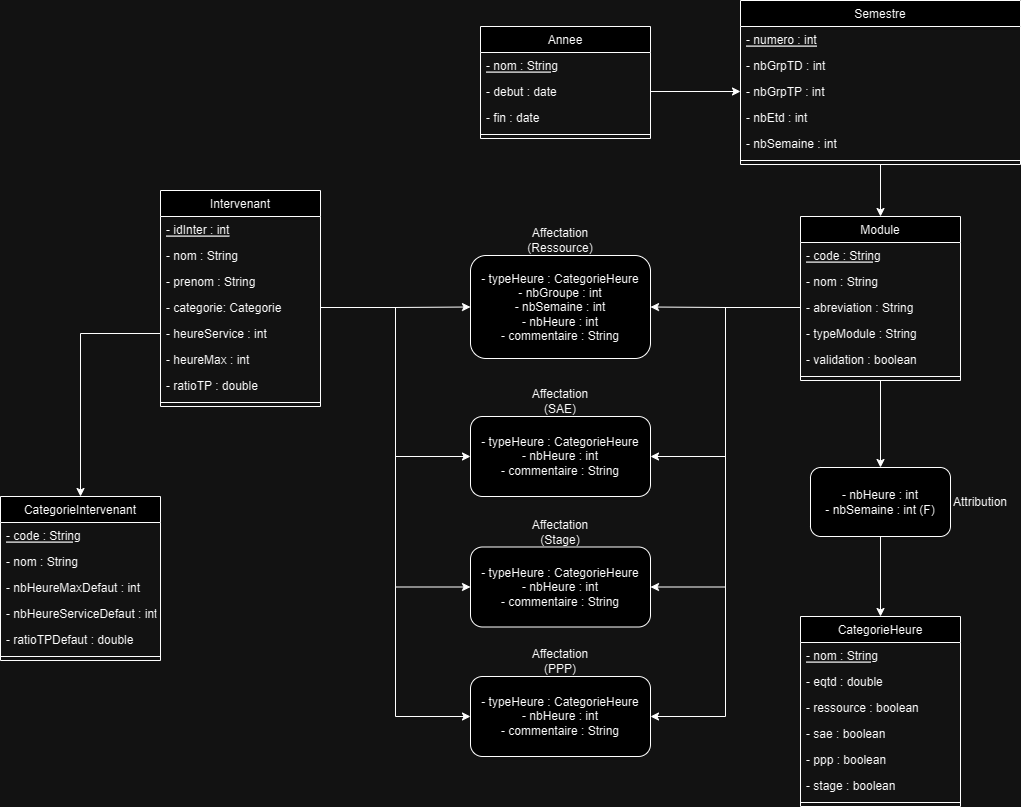
Earlier version of the draw.io export src/main/resources/Diagramme.png (El-Pine/Astre). Source tidied: cells renumbered, new cells last; positions are measured from the earlier drawing's top-left corner, leaving out a move shared by most shapes.
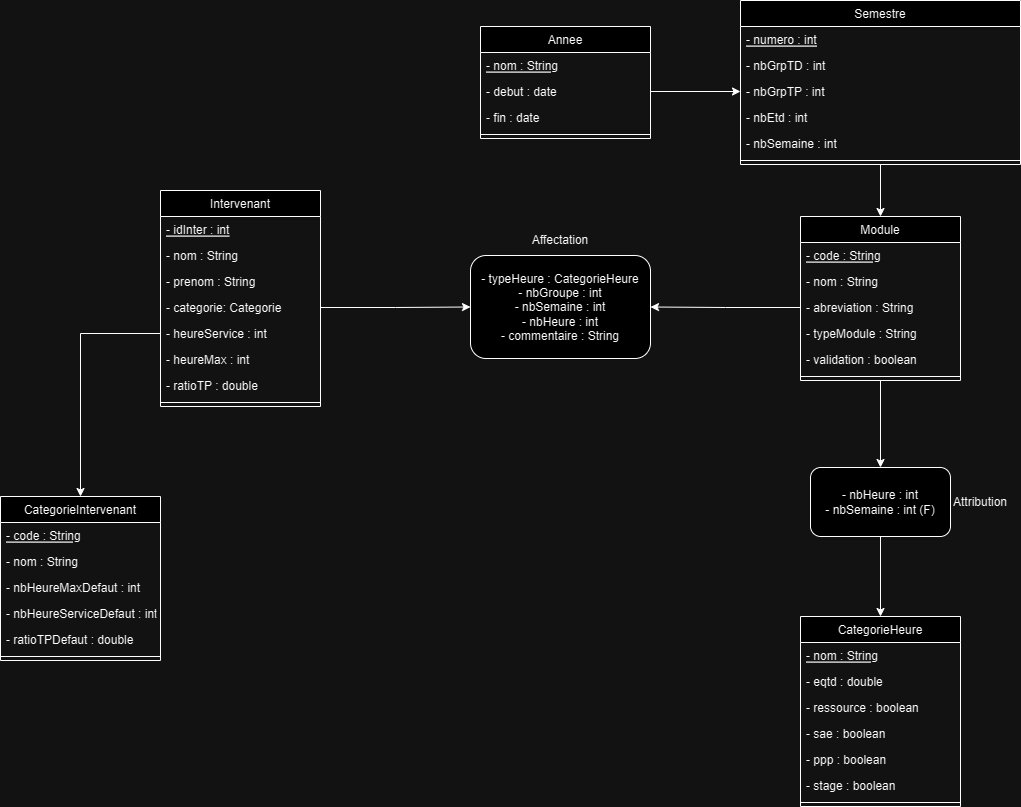
After the change.

Commit message:
Mise à jour du diagramme

The edit, as a diff of the source:
```diff
@@ -149,7 +149,7 @@
     <mxCell id="50" style="edgeStyle=orthogonalEdgeStyle;rounded=0;jettySize=auto;html=1;exitX=1;exitY=0.5;exitDx=0;exitDy=0;entryX=0;entryY=0.5;entryDx=0;entryDy=0;" parent="1" edge="1" source="47" target="30">
       <mxGeometry relative="1" as="geometry" />
     </mxCell>
-    <mxCell id="51" value="Affectation (Ressource)" style="text;html=1;strokeColor=none;fillColor=none;align=center;verticalAlign=middle;whiteSpace=wrap;rounded=0;" parent="1" vertex="1">
+    <mxCell id="51" value="Affectation" style="text;html=1;strokeColor=none;fillColor=none;align=center;verticalAlign=middle;whiteSpace=wrap;rounded=0;" parent="1" vertex="1">
       <mxGeometry x="530" y="225" width="60" height="30" as="geometry" />
     </mxCell>
     <mxCell id="52" style="edgeStyle=orthogonalEdgeStyle;rounded=0;jettySize=auto;html=1;exitX=0.5;exitY=1;exitDx=0;exitDy=0;entryX=0.5;entryY=0;entryDx=0;entryDy=0;" parent="1" edge="1" source="53" target="35">
@@ -167,41 +167,5 @@
     <mxCell id="56" style="edgeStyle=orthogonalEdgeStyle;rounded=0;jettySize=auto;html=1;exitX=0;exitY=0.5;exitDx=0;exitDy=0;entryX=1;entryY=0.5;entryDx=0;entryDy=0;" parent="1" edge="1" source="6" target="44">
       <mxGeometry relative="1" as="geometry" />
     </mxCell>
-    <mxCell id="57" value="- typeHeure : CategorieHeure&lt;br&gt;- nbHeure : int&lt;br&gt;- commentaire : String" style="rounded=1;whiteSpace=wrap;html=1;" parent="1" vertex="1">
-      <mxGeometry x="470" y="416" width="180" height="80" as="geometry" />
-    </mxCell>
-    <mxCell id="58" value="Affectation (SAE)" style="text;html=1;strokeColor=none;fillColor=none;align=center;verticalAlign=middle;whiteSpace=wrap;rounded=0;" parent="1" vertex="1">
-      <mxGeometry x="530" y="386" width="60" height="30" as="geometry" />
-    </mxCell>
-    <mxCell id="59" style="edgeStyle=orthogonalEdgeStyle;rounded=0;jettySize=auto;html=1;exitX=1;exitY=0.5;exitDx=0;exitDy=0;entryX=0;entryY=0.5;entryDx=0;entryDy=0;" parent="1" edge="1" source="14" target="57">
-      <mxGeometry relative="1" as="geometry" />
-    </mxCell>
-    <mxCell id="60" style="edgeStyle=orthogonalEdgeStyle;rounded=0;jettySize=auto;html=1;exitX=0;exitY=0.5;exitDx=0;exitDy=0;entryX=1;entryY=0.5;entryDx=0;entryDy=0;" parent="1" edge="1" source="6" target="57">
-      <mxGeometry relative="1" as="geometry" />
-    </mxCell>
-    <mxCell id="61" value="- typeHeure : CategorieHeure&lt;br&gt;- nbHeure : int&lt;br&gt;- commentaire : String" style="rounded=1;whiteSpace=wrap;html=1;" parent="1" vertex="1">
-      <mxGeometry x="470" y="546.5" width="180" height="80" as="geometry" />
-    </mxCell>
-    <mxCell id="62" value="Affectation (Stage)" style="text;html=1;strokeColor=none;fillColor=none;align=center;verticalAlign=middle;whiteSpace=wrap;rounded=0;" parent="1" vertex="1">
-      <mxGeometry x="530" y="516.5" width="60" height="30" as="geometry" />
-    </mxCell>
-    <mxCell id="63" style="edgeStyle=orthogonalEdgeStyle;rounded=0;jettySize=auto;html=1;exitX=1;exitY=0.5;exitDx=0;exitDy=0;entryX=0;entryY=0.5;entryDx=0;entryDy=0;" parent="1" edge="1" source="14" target="61">
-      <mxGeometry relative="1" as="geometry" />
-    </mxCell>
-    <mxCell id="64" style="edgeStyle=orthogonalEdgeStyle;rounded=0;jettySize=auto;html=1;exitX=0;exitY=0.5;exitDx=0;exitDy=0;entryX=1;entryY=0.5;entryDx=0;entryDy=0;" parent="1" edge="1" source="6" target="61">
-      <mxGeometry relative="1" as="geometry" />
-    </mxCell>
-    <mxCell id="65" value="- typeHeure : CategorieHeure&lt;br&gt;- nbHeure : int&lt;br&gt;- commentaire : String" style="rounded=1;whiteSpace=wrap;html=1;" parent="1" vertex="1">
-      <mxGeometry x="470" y="676" width="180" height="80" as="geometry" />
-    </mxCell>
-    <mxCell id="66" value="Affectation (PPP)" style="text;html=1;strokeColor=none;fillColor=none;align=center;verticalAlign=middle;whiteSpace=wrap;rounded=0;" parent="1" vertex="1">
-      <mxGeometry x="530" y="646" width="60" height="30" as="geometry" />
-    </mxCell>
-    <mxCell id="67" style="edgeStyle=orthogonalEdgeStyle;rounded=0;jettySize=auto;html=1;exitX=1;exitY=0.5;exitDx=0;exitDy=0;entryX=0;entryY=0.5;entryDx=0;entryDy=0;" parent="1" edge="1" source="14" target="65">
-      <mxGeometry relative="1" as="geometry" />
-    </mxCell>
-    <mxCell id="68" style="edgeStyle=orthogonalEdgeStyle;rounded=0;jettySize=auto;html=1;exitX=0;exitY=0.5;exitDx=0;exitDy=0;entryX=1;entryY=0.5;entryDx=0;entryDy=0;" parent="1" edge="1" source="6" target="65">
-      <mxGeometry relative="1" as="geometry" />
-    </mxCell>
   </root>
 </mxGraphModel>
```
